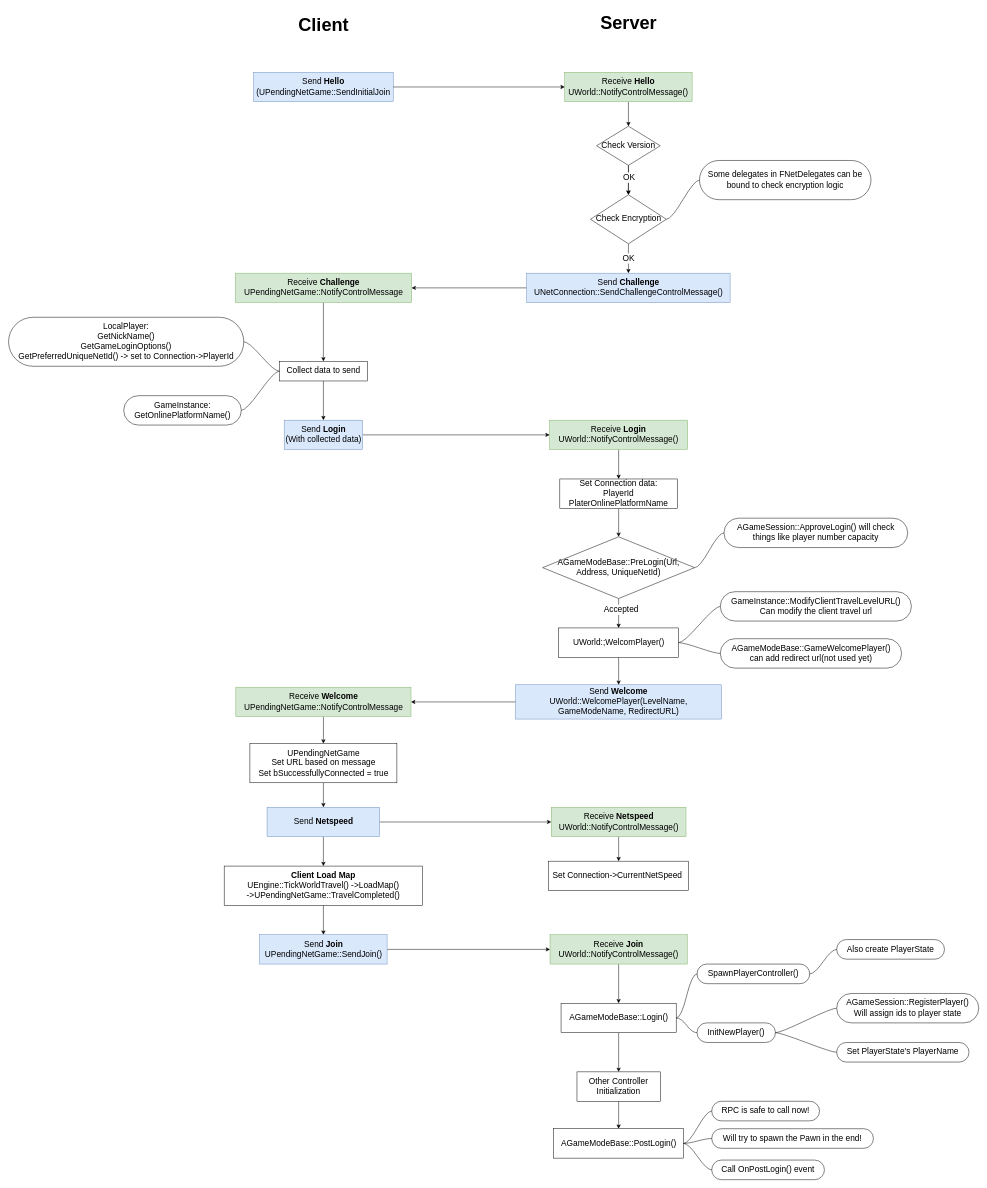
The draw.io diagram UEGameModeConnectionFlow.drawio in tcmxx/TCMXXDrawIO, before the edit. Source tidied: cells renumbered, new cells numbered last; positions are measured from the earlier drawing's top-left corner, leaving out a move shared by most shapes. Both pictures are drawn from the tidied source at 49%, with x=0, y=0 at pixel (8, 8).
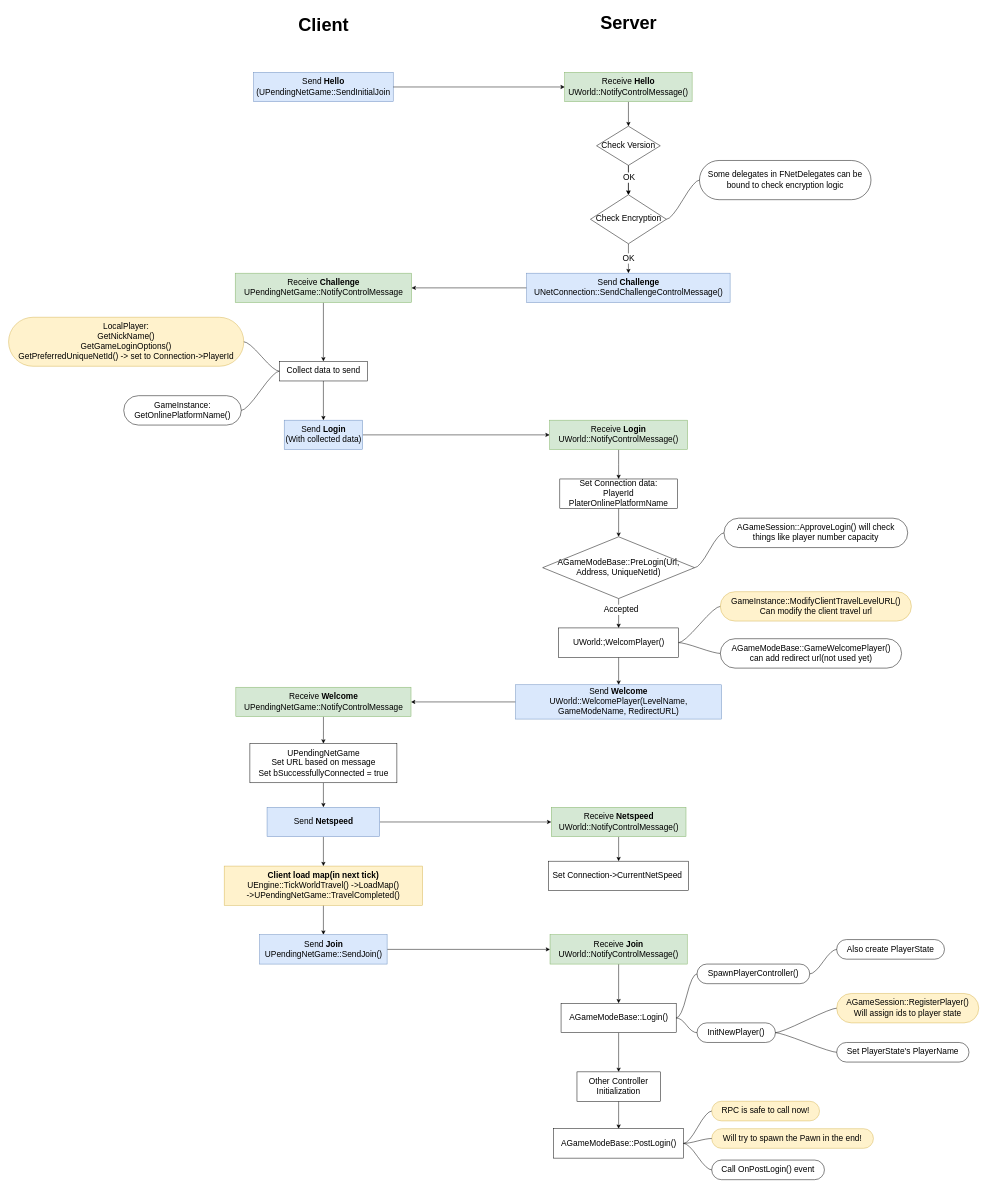
After the change.

What changed in the source:
```diff
@@
-    <mxCell id="34" value="&lt;b&gt;Client Load Map&lt;/b&gt;&lt;br&gt;UEngine::TickWorldTravel() -&amp;gt;LoadMap()&lt;br style=&quot;font-size: 17px;&quot;&gt;-&amp;gt;UPendingNetGame::TravelCompleted()" style="whiteSpace=wrap;html=1;fontSize=17;" parent="1" vertex="1">
+    <mxCell id="34" value="&lt;b&gt;Client load map(in next tick)&lt;/b&gt;&lt;br&gt;UEngine::TickWorldTravel() -&amp;gt;LoadMap()&lt;br style=&quot;font-size: 17px;&quot;&gt;-&amp;gt;UPendingNetGame::TravelCompleted()" style="whiteSpace=wrap;html=1;fontSize=17;fillColor=#fff2cc;strokeColor=#d6b656;" parent="1" vertex="1">
       <mxGeometry x="440" y="1750" width="405" height="80" as="geometry" />
     </mxCell>
@@
-    <mxCell id="53" value="AGameSession::RegisterPlayer()&lt;br style=&quot;font-size: 17px;&quot;&gt;Will assign ids to player state" style="whiteSpace=wrap;html=1;rounded=1;arcSize=50;align=center;verticalAlign=middle;strokeWidth=1;spacing=4;newEdgeStyle={&quot;edgeStyle&quot;:&quot;entityRelationEdgeStyle&quot;,&quot;startArrow&quot;:&quot;none&quot;,&quot;endArrow&quot;:&quot;none&quot;,&quot;segment&quot;:10,&quot;curved&quot;:1,&quot;sourcePerimeterSpacing&quot;:0,&quot;targetPerimeterSpacing&quot;:0};fontSize=17;" parent="1" vertex="1">
+    <mxCell id="53" value="AGameSession::RegisterPlayer()&lt;br style=&quot;font-size: 17px;&quot;&gt;Will assign ids to player state" style="whiteSpace=wrap;html=1;rounded=1;arcSize=50;align=center;verticalAlign=middle;strokeWidth=1;spacing=4;newEdgeStyle={&quot;edgeStyle&quot;:&quot;entityRelationEdgeStyle&quot;,&quot;startArrow&quot;:&quot;none&quot;,&quot;endArrow&quot;:&quot;none&quot;,&quot;segment&quot;:10,&quot;curved&quot;:1,&quot;sourcePerimeterSpacing&quot;:0,&quot;targetPerimeterSpacing&quot;:0};fontSize=17;fillColor=#fff2cc;strokeColor=#d6b656;" parent="1" vertex="1">
       <mxGeometry x="1690" y="2010" width="290" height="60" as="geometry" />
     </mxCell>
@@
-    <mxCell id="62" value="RPC is safe to call now!&lt;br style=&quot;font-size: 17px;&quot;&gt;" style="whiteSpace=wrap;html=1;rounded=1;arcSize=50;align=center;verticalAlign=middle;strokeWidth=1;spacing=4;newEdgeStyle={&quot;edgeStyle&quot;:&quot;entityRelationEdgeStyle&quot;,&quot;startArrow&quot;:&quot;none&quot;,&quot;endArrow&quot;:&quot;none&quot;,&quot;segment&quot;:10,&quot;curved&quot;:1,&quot;sourcePerimeterSpacing&quot;:0,&quot;targetPerimeterSpacing&quot;:0};fontSize=17;" parent="1" vertex="1">
+    <mxCell id="62" value="RPC is safe to call now!&lt;br style=&quot;font-size: 17px;&quot;&gt;" style="whiteSpace=wrap;html=1;rounded=1;arcSize=50;align=center;verticalAlign=middle;strokeWidth=1;spacing=4;newEdgeStyle={&quot;edgeStyle&quot;:&quot;entityRelationEdgeStyle&quot;,&quot;startArrow&quot;:&quot;none&quot;,&quot;endArrow&quot;:&quot;none&quot;,&quot;segment&quot;:10,&quot;curved&quot;:1,&quot;sourcePerimeterSpacing&quot;:0,&quot;targetPerimeterSpacing&quot;:0};fontSize=17;fillColor=#fff2cc;strokeColor=#d6b656;" parent="1" vertex="1">
       <mxGeometry x="1435" y="2230" width="220" height="40" as="geometry" />
     </mxCell>
@@
-    <mxCell id="68" value="GameInstance::ModifyClientTravelLevelURL()&lt;br style=&quot;font-size: 17px;&quot;&gt;Can modify the client travel url" style="whiteSpace=wrap;html=1;rounded=1;arcSize=50;align=center;verticalAlign=middle;strokeWidth=1;spacing=4;newEdgeStyle={&quot;edgeStyle&quot;:&quot;entityRelationEdgeStyle&quot;,&quot;startArrow&quot;:&quot;none&quot;,&quot;endArrow&quot;:&quot;none&quot;,&quot;segment&quot;:10,&quot;curved&quot;:1,&quot;sourcePerimeterSpacing&quot;:0,&quot;targetPerimeterSpacing&quot;:0};fontSize=17;" parent="1" vertex="1">
+    <mxCell id="68" value="GameInstance::ModifyClientTravelLevelURL()&lt;br style=&quot;font-size: 17px;&quot;&gt;Can modify the client travel url" style="whiteSpace=wrap;html=1;rounded=1;arcSize=50;align=center;verticalAlign=middle;strokeWidth=1;spacing=4;newEdgeStyle={&quot;edgeStyle&quot;:&quot;entityRelationEdgeStyle&quot;,&quot;startArrow&quot;:&quot;none&quot;,&quot;endArrow&quot;:&quot;none&quot;,&quot;segment&quot;:10,&quot;curved&quot;:1,&quot;sourcePerimeterSpacing&quot;:0,&quot;targetPerimeterSpacing&quot;:0};fontSize=17;fillColor=#fff2cc;strokeColor=#d6b656;" parent="1" vertex="1">
       <mxGeometry x="1452.5" y="1190" width="390" height="60" as="geometry" />
     </mxCell>
@@
-    <mxCell id="72" value="Will try to spawn the Pawn in the end!" style="whiteSpace=wrap;html=1;rounded=1;arcSize=50;align=center;verticalAlign=middle;strokeWidth=1;spacing=4;newEdgeStyle={&quot;edgeStyle&quot;:&quot;entityRelationEdgeStyle&quot;,&quot;startArrow&quot;:&quot;none&quot;,&quot;endArrow&quot;:&quot;none&quot;,&quot;segment&quot;:10,&quot;curved&quot;:1,&quot;sourcePerimeterSpacing&quot;:0,&quot;targetPerimeterSpacing&quot;:0};fontSize=17;" parent="1" vertex="1">
+    <mxCell id="72" value="Will try to spawn the Pawn in the end!" style="whiteSpace=wrap;html=1;rounded=1;arcSize=50;align=center;verticalAlign=middle;strokeWidth=1;spacing=4;newEdgeStyle={&quot;edgeStyle&quot;:&quot;entityRelationEdgeStyle&quot;,&quot;startArrow&quot;:&quot;none&quot;,&quot;endArrow&quot;:&quot;none&quot;,&quot;segment&quot;:10,&quot;curved&quot;:1,&quot;sourcePerimeterSpacing&quot;:0,&quot;targetPerimeterSpacing&quot;:0};fontSize=17;fillColor=#fff2cc;strokeColor=#d6b656;" parent="1" vertex="1">
       <mxGeometry x="1435" y="2286" width="330" height="40" as="geometry" />
     </mxCell>
@@
-    <mxCell id="76" value="LocalPlayer:&lt;br style=&quot;border-color: var(--border-color); font-size: 17px;&quot;&gt;GetNickName()&lt;br style=&quot;border-color: var(--border-color); font-size: 17px;&quot;&gt;GetGameLoginOptions()&lt;br style=&quot;border-color: var(--border-color); font-size: 17px;&quot;&gt;GetPreferredUniqueNetId() -&amp;gt; set to Connection-&amp;gt;PlayerId" style="whiteSpace=wrap;html=1;rounded=1;arcSize=50;align=center;verticalAlign=middle;strokeWidth=1;spacing=4;newEdgeStyle={&quot;edgeStyle&quot;:&quot;entityRelationEdgeStyle&quot;,&quot;startArrow&quot;:&quot;none&quot;,&quot;endArrow&quot;:&quot;none&quot;,&quot;segment&quot;:10,&quot;curved&quot;:1,&quot;sourcePerimeterSpacing&quot;:0,&quot;targetPerimeterSpacing&quot;:0};fontSize=17;" parent="1" vertex="1">
+    <mxCell id="76" value="LocalPlayer:&lt;br style=&quot;border-color: var(--border-color); font-size: 17px;&quot;&gt;GetNickName()&lt;br style=&quot;border-color: var(--border-color); font-size: 17px;&quot;&gt;GetGameLoginOptions()&lt;br style=&quot;border-color: var(--border-color); font-size: 17px;&quot;&gt;GetPreferredUniqueNetId() -&amp;gt; set to Connection-&amp;gt;PlayerId" style="whiteSpace=wrap;html=1;rounded=1;arcSize=50;align=center;verticalAlign=middle;strokeWidth=1;spacing=4;newEdgeStyle={&quot;edgeStyle&quot;:&quot;entityRelationEdgeStyle&quot;,&quot;startArrow&quot;:&quot;none&quot;,&quot;endArrow&quot;:&quot;none&quot;,&quot;segment&quot;:10,&quot;curved&quot;:1,&quot;sourcePerimeterSpacing&quot;:0,&quot;targetPerimeterSpacing&quot;:0};fontSize=17;fillColor=#fff2cc;strokeColor=#d6b656;" parent="1" vertex="1">
       <mxGeometry y="630" width="480" height="100" as="geometry" />
     </mxCell>
```
